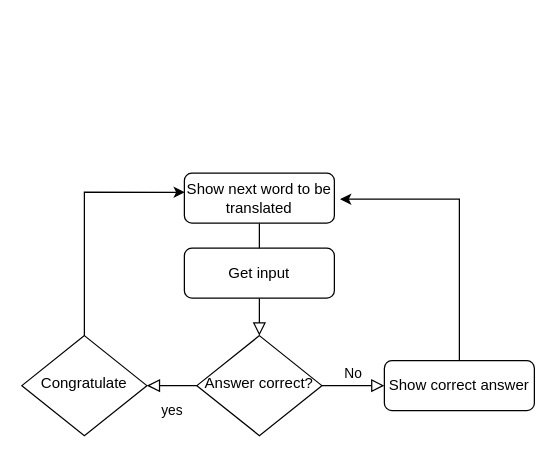
Frogblast/glossary_program keeps this draw.io diagram as gloassary_program.drawio. Above is the earlier version. Source tidied: cells renumbered, new cells numbered last; positions are measured from the earlier drawing's top-left corner, leaving out a move shared by most shapes. Both pictures are drawn from the tidied source at 125%, with x=0, y=0 at pixel (21, 172).
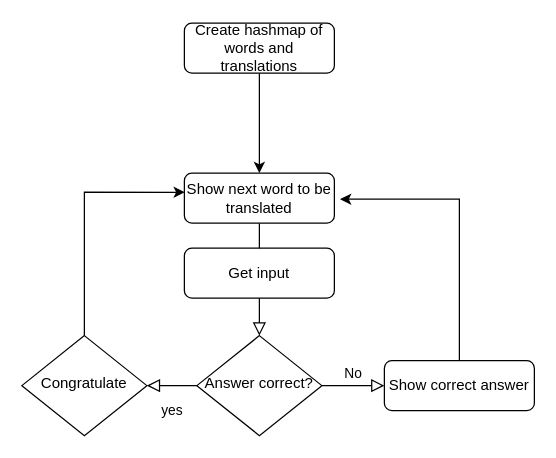
Above is the later version.

Diff of the diagram source:
```diff
@@
 <mxGraphModel>
   <root>
     <mxCell id="0" />
     <mxCell id="1" parent="0" />
     <mxCell id="2" style="rounded=0;html=1;jettySize=auto;fontSize=11;endArrow=block;endFill=0;endSize=8;strokeWidth=1;shadow=0;labelBackgroundColor=none;edgeStyle=orthogonalEdgeStyle;" parent="1" edge="1" source="3" target="6">
       <mxGeometry relative="1" as="geometry" />
     </mxCell>
     <mxCell id="3" value="Show next word to be translated" style="rounded=1;whiteSpace=wrap;html=1;fontSize=12;glass=0;strokeWidth=1;shadow=0;" parent="1" vertex="1">
       <mxGeometry x="130" width="120" height="40" as="geometry" />
     </mxCell>
     <mxCell id="4" value="yes" style="rounded=0;html=1;jettySize=auto;fontSize=11;endArrow=block;endFill=0;endSize=8;strokeWidth=1;shadow=0;labelBackgroundColor=none;edgeStyle=orthogonalEdgeStyle;" parent="1" edge="1" source="6" target="10">
       <mxGeometry y="20" relative="1" as="geometry" />
     </mxCell>
     <mxCell id="5" value="No" style="edgeStyle=orthogonalEdgeStyle;rounded=0;html=1;jettySize=auto;fontSize=11;endArrow=block;endFill=0;endSize=8;strokeWidth=1;shadow=0;labelBackgroundColor=none;" parent="1" edge="1" source="6" target="8">
       <mxGeometry y="10" relative="1" as="geometry" />
     </mxCell>
     <mxCell id="6" value="Answer correct?" style="rhombus;whiteSpace=wrap;html=1;shadow=0;fontFamily=Helvetica;fontSize=12;align=center;strokeWidth=1;spacing=6;spacingTop=-4;" parent="1" vertex="1">
       <mxGeometry x="140" y="130" width="100" height="80" as="geometry" />
     </mxCell>
     <mxCell id="7" style="edgeStyle=orthogonalEdgeStyle;rounded=0;jettySize=auto;html=1;entryX=1.038;entryY=0.521;entryDx=0;entryDy=0;entryPerimeter=0;" parent="1" edge="1" source="8" target="3">
       <mxGeometry relative="1" as="geometry">
         <Array as="points">
           <mxPoint x="350" y="21" />
         </Array>
       </mxGeometry>
     </mxCell>
     <mxCell id="8" value="Show correct answer" style="rounded=1;whiteSpace=wrap;html=1;fontSize=12;glass=0;strokeWidth=1;shadow=0;" parent="1" vertex="1">
       <mxGeometry x="290" y="150" width="120" height="40" as="geometry" />
     </mxCell>
     <mxCell id="9" style="edgeStyle=orthogonalEdgeStyle;rounded=0;jettySize=auto;html=1;entryX=0.003;entryY=0.383;entryDx=0;entryDy=0;entryPerimeter=0;" parent="1" edge="1" source="10" target="3">
       <mxGeometry relative="1" as="geometry">
         <Array as="points">
           <mxPoint x="50" y="15" />
         </Array>
       </mxGeometry>
     </mxCell>
     <mxCell id="10" value="Congratulate" style="rhombus;whiteSpace=wrap;html=1;shadow=0;fontFamily=Helvetica;fontSize=12;align=center;strokeWidth=1;spacing=6;spacingTop=-4;" parent="1" vertex="1">
       <mxGeometry y="130" width="100" height="80" as="geometry" />
     </mxCell>
     <mxCell id="11" value="Get input" style="rounded=1;whiteSpace=wrap;html=1;fontSize=12;glass=0;strokeWidth=1;shadow=0;" parent="1" vertex="1">
       <mxGeometry x="130" y="60" width="120" height="40" as="geometry" />
     </mxCell>
+    <mxCell id="12" style="edgeStyle=orthogonalEdgeStyle;rounded=0;jettySize=auto;html=1;entryX=0.5;entryY=0;entryDx=0;entryDy=0;" parent="1" edge="1" source="13" target="3">
+      <mxGeometry relative="1" as="geometry" />
+    </mxCell>
+    <mxCell id="13" value="Create hashmap of words and translations" style="rounded=1;whiteSpace=wrap;html=1;fontSize=12;glass=0;strokeWidth=1;shadow=0;" parent="1" vertex="1">
+      <mxGeometry x="130" y="-120" width="120" height="40" as="geometry" />
+    </mxCell>
   </root>
 </mxGraphModel>
```
